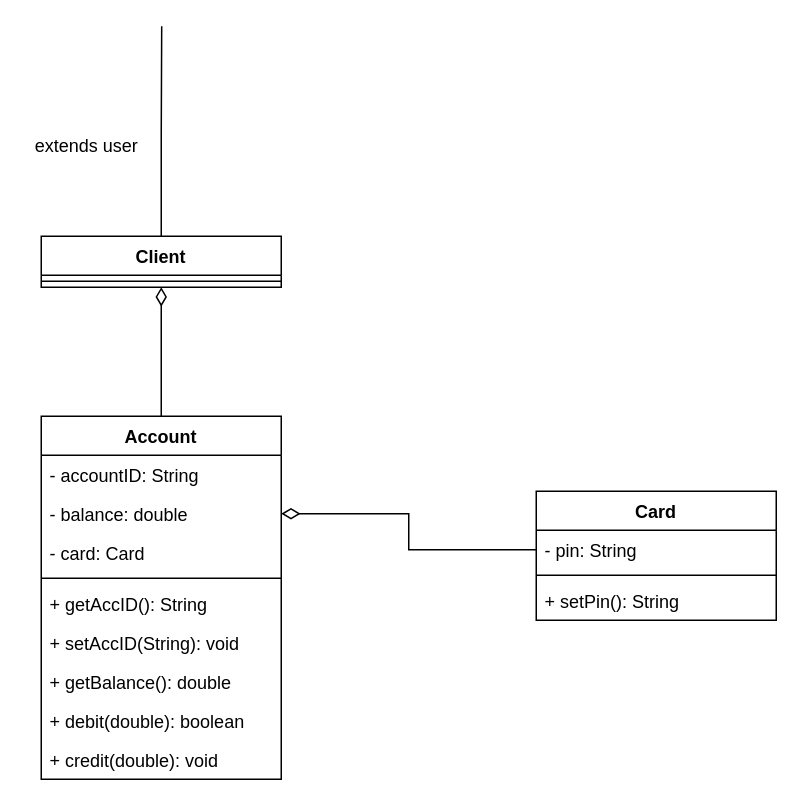
Above: Account uml.drawio in John-Ad/prg2-group-project (draw.io), before the change. Source tidied: cells renumbered, new cells numbered last; positions are measured from the earlier drawing's top-left corner, leaving out a move shared by most shapes. Both pictures are drawn from the tidied source at 150%, with x=0, y=0 at pixel (26, 26).
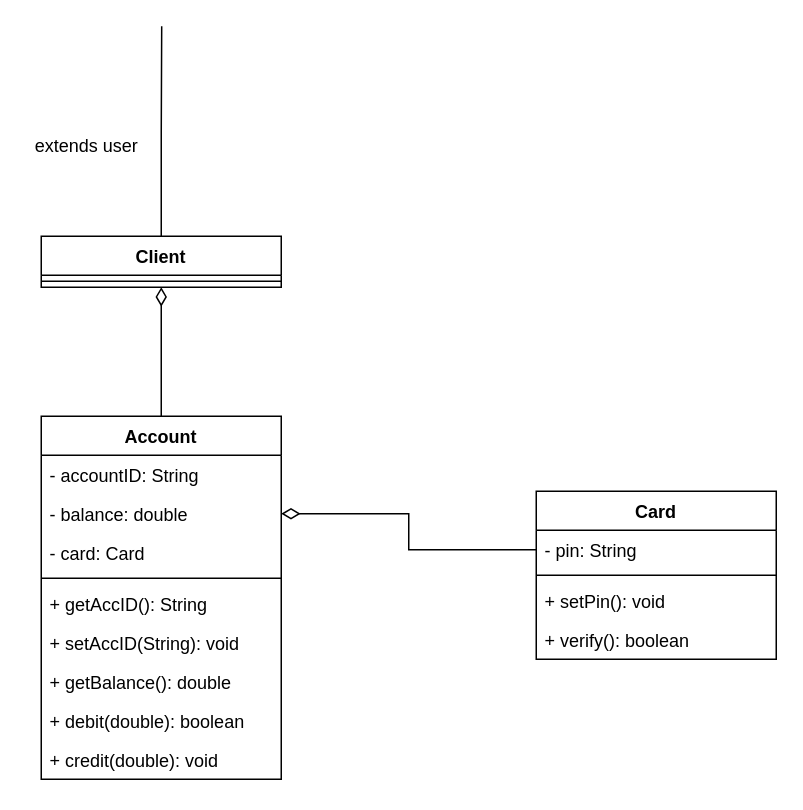
The same page after the edit.

What changed in the source:
```diff
@@
     <mxCell id="2" value="Card" style="swimlane;fontStyle=1;align=center;verticalAlign=top;horizontal=1;startSize=26;" parent="1" vertex="1">
-      <mxGeometry x="340" y="310" width="160" height="86" as="geometry" />
+      <mxGeometry x="340" y="310" width="160" height="112" as="geometry" />
     </mxCell>
@@
-    <mxCell id="5" value="+ setPin(): String" style="text;strokeColor=none;fillColor=none;align=left;verticalAlign=top;spacingLeft=4;spacingRight=4;overflow=hidden;" parent="2" vertex="1">
+    <mxCell id="5" value="+ setPin(): void" style="text;strokeColor=none;fillColor=none;align=left;verticalAlign=top;spacingLeft=4;spacingRight=4;overflow=hidden;" parent="2" vertex="1">
       <mxGeometry y="60" width="160" height="26" as="geometry" />
     </mxCell>
+    <mxCell id="22" value="+ verify(): boolean" style="text;strokeColor=none;fillColor=none;align=left;verticalAlign=top;spacingLeft=4;spacingRight=4;overflow=hidden;" parent="2" vertex="1">
+      <mxGeometry y="86" width="160" height="26" as="geometry" />
+    </mxCell>
```
